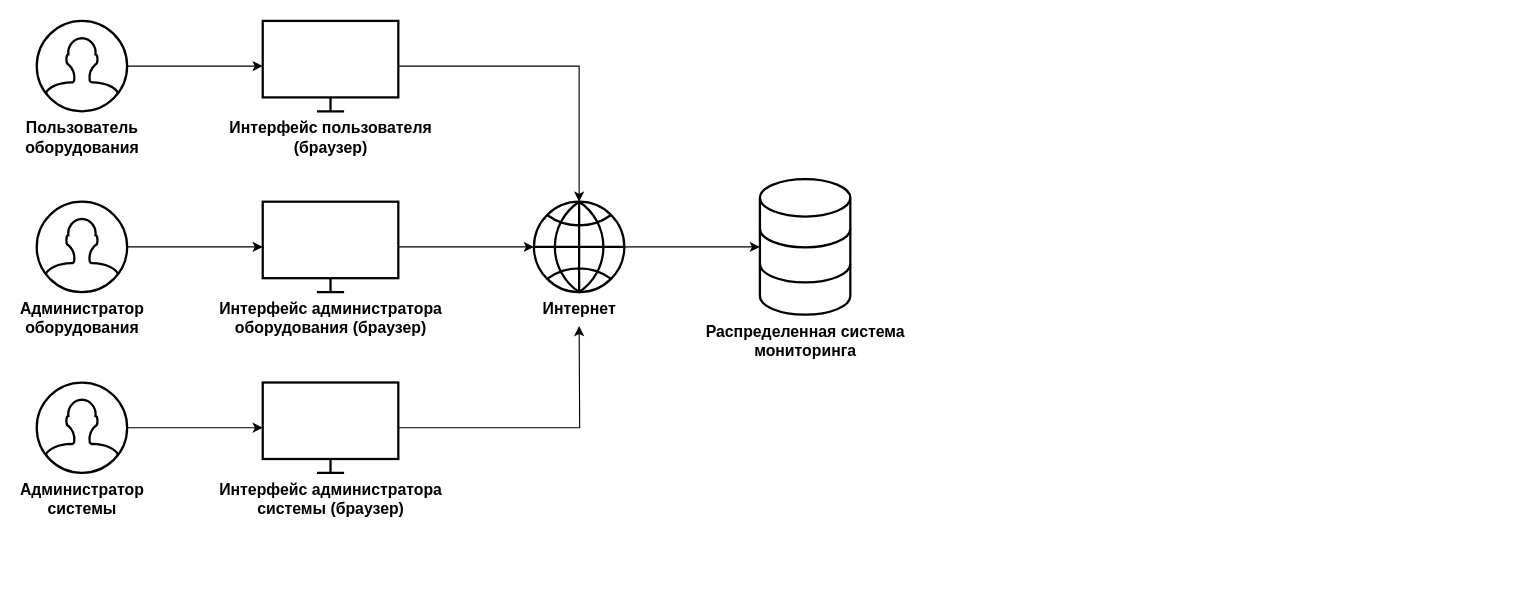
Earlier version of the draw.io diagram diag.drawio (qwerfah/software-engineering-methodology). Source tidied: cells renumbered, new cells numbered last; positions are measured from the earlier drawing's top-left corner, leaving out a move shared by most shapes. Both pictures are drawn from the tidied source at 113%, with x=0, y=0 at pixel (36, 20).
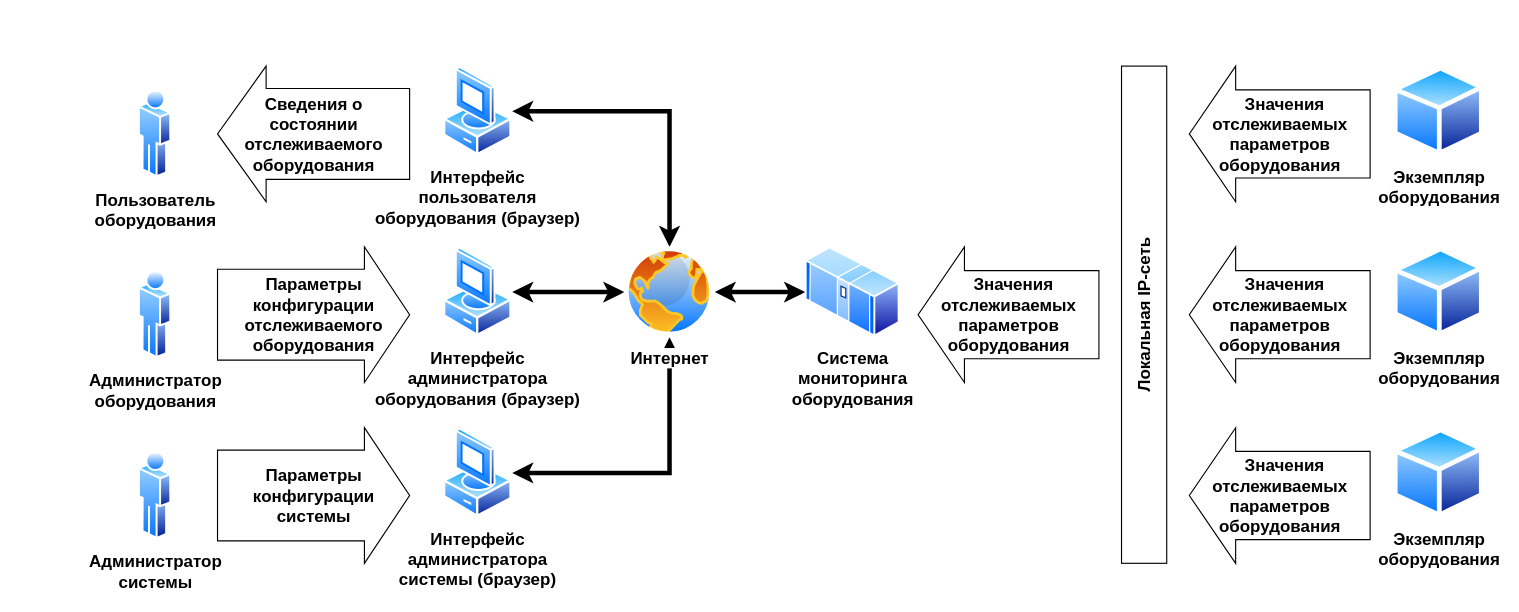
After the change.

What changed in the source:
```diff
@@
-    <mxCell id="2" style="edgeStyle=orthogonalEdgeStyle;rounded=0;jettySize=auto;html=1;" parent="1" edge="1" source="3" target="9">
-      <mxGeometry relative="1" as="geometry" />
-    </mxCell>
+    <mxCell id="17" value="Система &lt;br style=&quot;font-size: 15px;&quot;&gt;мониторинга&lt;br style=&quot;font-size: 15px;&quot;&gt;оборудования" style="perimeter=ellipsePerimeter;html=1;align=center;shadow=0;dashed=0;spacingTop=3;image;image=img/lib/active_directory/mainframe.svg;fontSize=15;fontStyle=1;" parent="1" vertex="1">
+      <mxGeometry x="680" y="200" width="84.2" height="80" as="geometry" />
+    </mxCell>
-    <mxCell id="3" value="&lt;font style=&quot;font-size: 14px&quot;&gt;&lt;b&gt;Пользователь&lt;br&gt;оборудования&lt;/b&gt;&lt;/font&gt;" style="html=1;verticalLabelPosition=bottom;align=center;labelBackgroundColor=#ffffff;verticalAlign=top;strokeWidth=2;shadow=0;dashed=0;shape=mxgraph.ios7.icons.user;" parent="1" vertex="1">
-      <mxGeometry width="80" height="80" as="geometry" />
+    <mxCell id="3" value="Пользователь&lt;br style=&quot;font-size: 15px;&quot;&gt;оборудования" style="perimeter=ellipsePerimeter;html=1;align=center;shadow=0;dashed=0;spacingTop=3;image;image=img/lib/active_directory/user.svg;fontSize=15;fontStyle=1;" parent="1" vertex="1">
+      <mxGeometry x="90" y="60" width="29.6" height="80" as="geometry" />
     </mxCell>
-    <mxCell id="4" style="edgeStyle=orthogonalEdgeStyle;rounded=0;jettySize=auto;html=1;" parent="1" edge="1" source="5" target="13">
-      <mxGeometry relative="1" as="geometry" />
-    </mxCell>
+    <mxCell id="7" value="Администратор&lt;br style=&quot;font-size: 15px;&quot;&gt;оборудования" style="perimeter=ellipsePerimeter;html=1;align=center;shadow=0;dashed=0;spacingTop=3;image;image=img/lib/active_directory/user.svg;fontSize=15;fontStyle=1;" parent="1" vertex="1">
+      <mxGeometry x="90" y="220" width="29.6" height="80" as="geometry" />
+    </mxCell>
-    <mxCell id="5" value="&lt;font style=&quot;font-size: 14px&quot;&gt;&lt;b&gt;Администратор&lt;br&gt;системы&lt;/b&gt;&lt;/font&gt;" style="html=1;verticalLabelPosition=bottom;align=center;labelBackgroundColor=#ffffff;verticalAlign=top;strokeWidth=2;shadow=0;dashed=0;shape=mxgraph.ios7.icons.user;" parent="1" vertex="1">
-      <mxGeometry y="320" width="80" height="80" as="geometry" />
+    <mxCell id="5" value="Администратор&lt;br style=&quot;font-size: 15px;&quot;&gt;системы" style="perimeter=ellipsePerimeter;html=1;align=center;shadow=0;dashed=0;spacingTop=3;image;image=img/lib/active_directory/user.svg;fontSize=15;fontStyle=1;" parent="1" vertex="1">
+      <mxGeometry x="90" y="380" width="29.6" height="80" as="geometry" />
     </mxCell>
-    <mxCell id="6" style="edgeStyle=orthogonalEdgeStyle;rounded=0;jettySize=auto;html=1;" parent="1" edge="1" source="7" target="11">
-      <mxGeometry relative="1" as="geometry" />
-    </mxCell>
-    <mxCell id="7" value="&lt;font style=&quot;font-size: 14px&quot;&gt;&lt;b&gt;Администратор&lt;br&gt;оборудования&lt;/b&gt;&lt;/font&gt;" style="html=1;verticalLabelPosition=bottom;align=center;labelBackgroundColor=#ffffff;verticalAlign=top;strokeWidth=2;shadow=0;dashed=0;shape=mxgraph.ios7.icons.user;" parent="1" vertex="1">
-      <mxGeometry y="160" width="80" height="80" as="geometry" />
-    </mxCell>
-    <mxCell id="8" style="edgeStyle=orthogonalEdgeStyle;rounded=0;jettySize=auto;html=1;" parent="1" edge="1" source="9" target="15">
-      <mxGeometry relative="1" as="geometry" />
-    </mxCell>
-    <mxCell id="9" value="&lt;font style=&quot;font-size: 14px&quot;&gt;&lt;b&gt;Интерфейс пользователя&lt;br&gt;(браузер)&lt;/b&gt;&lt;/font&gt;" style="html=1;verticalLabelPosition=bottom;align=center;labelBackgroundColor=#ffffff;verticalAlign=top;strokeWidth=2;shadow=0;dashed=0;shape=mxgraph.ios7.icons.monitor;" parent="1" vertex="1">
-      <mxGeometry x="200" width="120" height="80" as="geometry" />
-    </mxCell>
+    <mxCell id="18" style="edgeStyle=orthogonalEdgeStyle;rounded=0;jettySize=auto;html=1;exitX=1;exitY=0.5;exitDx=0;exitDy=0;startArrow=classic;startFill=1;strokeWidth=4;sketch=0;fontSize=15;fontStyle=1;" parent="1" edge="1" source="19" target="15">
+      <mxGeometry relative="1" as="geometry" />
+    </mxCell>
+    <mxCell id="19" value="Интерфейс &lt;br style=&quot;font-size: 15px;&quot;&gt;пользователя&lt;br style=&quot;font-size: 15px;&quot;&gt;оборудования (браузер)" style="perimeter=ellipsePerimeter;html=1;align=center;shadow=0;dashed=0;spacingTop=3;image;image=img/lib/active_directory/vista_client.svg;fontSize=15;fontStyle=1;" parent="1" vertex="1">
+      <mxGeometry x="360" y="40" width="60.8" height="80" as="geometry" />
+    </mxCell>
-    <mxCell id="10" style="edgeStyle=orthogonalEdgeStyle;rounded=0;jettySize=auto;html=1;" parent="1" edge="1" source="11" target="15">
+    <mxCell id="10" style="edgeStyle=orthogonalEdgeStyle;rounded=0;jettySize=auto;html=1;exitX=1;exitY=0.5;exitDx=0;exitDy=0;startArrow=classic;startFill=1;strokeWidth=4;fontSize=15;fontStyle=1;" parent="1" edge="1" source="11" target="15">
       <mxGeometry relative="1" as="geometry" />
     </mxCell>
-    <mxCell id="11" value="&lt;font style=&quot;font-size: 14px&quot;&gt;&lt;b&gt;Интерфейс администратора&lt;br&gt;оборудования (браузер)&lt;/b&gt;&lt;/font&gt;" style="html=1;verticalLabelPosition=bottom;align=center;labelBackgroundColor=#ffffff;verticalAlign=top;strokeWidth=2;shadow=0;dashed=0;shape=mxgraph.ios7.icons.monitor;" parent="1" vertex="1">
-      <mxGeometry x="200" y="160" width="120" height="80" as="geometry" />
+    <mxCell id="11" value="Интерфейс &lt;br style=&quot;font-size: 15px;&quot;&gt;администратора&lt;br style=&quot;font-size: 15px;&quot;&gt;оборудования (браузер)" style="perimeter=ellipsePerimeter;html=1;align=center;shadow=0;dashed=0;spacingTop=3;image;image=img/lib/active_directory/vista_client.svg;fontSize=15;fontStyle=1;" parent="1" vertex="1">
+      <mxGeometry x="360" y="200" width="60.8" height="80" as="geometry" />
     </mxCell>
-    <mxCell id="12" style="edgeStyle=orthogonalEdgeStyle;rounded=0;jettySize=auto;html=1;" parent="1" edge="1" source="13">
-      <mxGeometry relative="1" as="geometry">
-        <mxPoint x="480" y="270" as="targetPoint" />
-      </mxGeometry>
-    </mxCell>
+    <mxCell id="20" style="edgeStyle=orthogonalEdgeStyle;rounded=0;jettySize=auto;html=1;exitX=1;exitY=0.5;exitDx=0;exitDy=0;entryX=0.5;entryY=1;entryDx=0;entryDy=0;startArrow=classic;startFill=1;strokeWidth=4;fontSize=15;fontStyle=1;" parent="1" edge="1" source="13" target="15">
+      <mxGeometry relative="1" as="geometry" />
+    </mxCell>
-    <mxCell id="13" value="&lt;b style=&quot;font-size: 14px&quot;&gt;Интерфейс администратора&lt;br&gt;системы (браузер)&lt;/b&gt;" style="html=1;verticalLabelPosition=bottom;align=center;labelBackgroundColor=#ffffff;verticalAlign=top;strokeWidth=2;shadow=0;dashed=0;shape=mxgraph.ios7.icons.monitor;" parent="1" vertex="1">
-      <mxGeometry x="200" y="320" width="120" height="80" as="geometry" />
+    <mxCell id="13" value="Интерфейс &lt;br style=&quot;font-size: 15px;&quot;&gt;администратора&lt;br style=&quot;font-size: 15px;&quot;&gt;системы (браузер)" style="perimeter=ellipsePerimeter;html=1;align=center;shadow=0;dashed=0;spacingTop=3;image;image=img/lib/active_directory/vista_client.svg;fontSize=15;fontStyle=1;" parent="1" vertex="1">
+      <mxGeometry x="360" y="360" width="60.8" height="80" as="geometry" />
     </mxCell>
-    <mxCell id="14" style="edgeStyle=orthogonalEdgeStyle;rounded=0;jettySize=auto;html=1;" parent="1" edge="1" source="15" target="16">
-      <mxGeometry relative="1" as="geometry" />
-    </mxCell>
+    <mxCell id="21" value="Параметры &lt;br style=&quot;font-size: 15px;&quot;&gt;конфигурации&lt;br style=&quot;font-size: 15px;&quot;&gt;системы" style="html=1;shadow=0;dashed=0;align=center;verticalAlign=middle;shape=mxgraph.arrows2.arrow;dy=0.33;dx=40;notch=0;fontSize=15;fontStyle=1;" parent="1" vertex="1">
+      <mxGeometry x="160" y="360" width="170" height="120" as="geometry" />
+    </mxCell>
+    <mxCell id="22" value="Сведения о &lt;br style=&quot;font-size: 15px;&quot;&gt;состоянии &lt;br style=&quot;font-size: 15px;&quot;&gt;отслеживаемого &lt;br style=&quot;font-size: 15px;&quot;&gt;оборудования" style="html=1;shadow=0;dashed=0;align=center;verticalAlign=middle;shape=mxgraph.arrows2.arrow;dy=0.33;dx=43;flipH=1;notch=0;fontSize=15;fontStyle=1;" parent="1" vertex="1">
+      <mxGeometry x="160" y="40" width="170" height="120" as="geometry" />
+    </mxCell>
+    <mxCell id="23" value="Параметры &lt;br style=&quot;font-size: 15px;&quot;&gt;конфигурации&lt;br style=&quot;font-size: 15px;&quot;&gt;отслеживаемого&lt;br style=&quot;font-size: 15px;&quot;&gt;оборудования" style="html=1;shadow=0;dashed=0;align=center;verticalAlign=middle;shape=mxgraph.arrows2.arrow;dy=0.33;dx=40;notch=0;fontSize=15;fontStyle=1;" parent="1" vertex="1">
+      <mxGeometry x="160" y="200" width="170" height="120" as="geometry" />
+    </mxCell>
+    <mxCell id="24" style="edgeStyle=orthogonalEdgeStyle;rounded=0;jettySize=auto;html=1;exitX=1;exitY=0.5;exitDx=0;exitDy=0;startArrow=classic;startFill=1;strokeWidth=4;fontSize=15;fontStyle=1;" parent="1" edge="1" source="15" target="17">
+      <mxGeometry relative="1" as="geometry" />
+    </mxCell>
-    <mxCell id="15" value="&lt;font size=&quot;1&quot;&gt;&lt;b style=&quot;font-size: 14px&quot;&gt;Интернет&lt;/b&gt;&lt;/font&gt;" style="html=1;verticalLabelPosition=bottom;align=center;labelBackgroundColor=#ffffff;verticalAlign=top;strokeWidth=2;shadow=0;dashed=0;shape=mxgraph.ios7.icons.globe;" parent="1" vertex="1">
-      <mxGeometry x="440" y="160" width="80" height="80" as="geometry" />
+    <mxCell id="15" value="Интернет" style="perimeter=ellipsePerimeter;html=1;align=center;shadow=0;dashed=0;spacingTop=3;image;image=img/lib/active_directory/internet_globe.svg;fontSize=15;fontStyle=1;" parent="1" vertex="1">
+      <mxGeometry x="520" y="200" width="80" height="80" as="geometry" />
     </mxCell>
-    <mxCell id="16" value="&lt;font style=&quot;font-size: 14px&quot;&gt;&lt;b&gt;Распределенная система&lt;br&gt;мониторинга&lt;/b&gt;&lt;/font&gt;" style="html=1;verticalLabelPosition=bottom;align=center;labelBackgroundColor=#ffffff;verticalAlign=top;strokeWidth=2;shadow=0;dashed=0;shape=mxgraph.ios7.icons.data;" parent="1" vertex="1">
-      <mxGeometry x="640" y="140" width="80" height="120" as="geometry" />
-    </mxCell>
+    <mxCell id="25" value="Локальная IP-сеть" style="rounded=0;whiteSpace=wrap;html=1;rotation=-90;fontSize=15;fontStyle=1;" parent="1" vertex="1">
+      <mxGeometry x="760" y="240" width="440" height="40" as="geometry" />
+    </mxCell>
+    <mxCell id="26" value="&amp;nbsp; Значения &lt;br style=&quot;font-size: 15px;&quot;&gt;отслеживаемых &lt;br style=&quot;font-size: 15px;&quot;&gt;параметров &lt;br style=&quot;font-size: 15px;&quot;&gt;оборудования" style="html=1;shadow=0;dashed=0;align=center;verticalAlign=middle;shape=mxgraph.arrows2.arrow;dy=0.35;dx=41;flipH=1;notch=0;fontSize=15;fontStyle=1;" parent="1" vertex="1">
+      <mxGeometry x="780" y="200" width="160" height="120" as="geometry" />
+    </mxCell>
+    <mxCell id="27" value="Экземпляр&lt;br style=&quot;font-size: 15px;&quot;&gt;оборудования" style="perimeter=ellipsePerimeter;html=1;align=center;shadow=0;dashed=0;spacingTop=3;image;image=img/lib/active_directory/generic_node.svg;fontSize=15;fontStyle=1;" parent="1" vertex="1">
+      <mxGeometry x="1200" y="40" width="81.6" height="80" as="geometry" />
+    </mxCell>
+    <mxCell id="28" value="Экземпляр&lt;br style=&quot;font-size: 15px;&quot;&gt;оборудования" style="perimeter=ellipsePerimeter;html=1;align=center;shadow=0;dashed=0;spacingTop=3;image;image=img/lib/active_directory/generic_node.svg;fontSize=15;fontStyle=1;" parent="1" vertex="1">
+      <mxGeometry x="1200" y="200" width="81.6" height="80" as="geometry" />
+    </mxCell>
+    <mxCell id="29" value="Экземпляр&lt;br style=&quot;font-size: 15px;&quot;&gt;оборудования" style="perimeter=ellipsePerimeter;html=1;align=center;shadow=0;dashed=0;spacingTop=3;image;image=img/lib/active_directory/generic_node.svg;fontSize=15;fontStyle=1;" parent="1" vertex="1">
+      <mxGeometry x="1200" y="360" width="81.6" height="80" as="geometry" />
+    </mxCell>
+    <mxCell id="30" value="&amp;nbsp; Значения &lt;br style=&quot;font-size: 15px;&quot;&gt;отслеживаемых &lt;br style=&quot;font-size: 15px;&quot;&gt;параметров &lt;br style=&quot;font-size: 15px;&quot;&gt;оборудования" style="html=1;shadow=0;dashed=0;align=center;verticalAlign=middle;shape=mxgraph.arrows2.arrow;dy=0.35;dx=41;flipH=1;notch=0;fontSize=15;fontStyle=1;" parent="1" vertex="1">
+      <mxGeometry x="1020" y="40" width="160" height="120" as="geometry" />
+    </mxCell>
+    <mxCell id="31" value="&amp;nbsp; Значения &lt;br style=&quot;font-size: 15px;&quot;&gt;отслеживаемых &lt;br style=&quot;font-size: 15px;&quot;&gt;параметров &lt;br style=&quot;font-size: 15px;&quot;&gt;оборудования" style="html=1;shadow=0;dashed=0;align=center;verticalAlign=middle;shape=mxgraph.arrows2.arrow;dy=0.35;dx=41;flipH=1;notch=0;fontSize=15;fontStyle=1;" parent="1" vertex="1">
+      <mxGeometry x="1020" y="200" width="160" height="120" as="geometry" />
+    </mxCell>
+    <mxCell id="32" value="&amp;nbsp; Значения &lt;br style=&quot;font-size: 15px;&quot;&gt;отслеживаемых &lt;br style=&quot;font-size: 15px;&quot;&gt;параметров &lt;br style=&quot;font-size: 15px;&quot;&gt;оборудования" style="html=1;shadow=0;dashed=0;align=center;verticalAlign=middle;shape=mxgraph.arrows2.arrow;dy=0.35;dx=41;flipH=1;notch=0;fontSize=15;fontStyle=1;" parent="1" vertex="1">
+      <mxGeometry x="1020" y="360" width="160" height="120" as="geometry" />
+    </mxCell>
```
